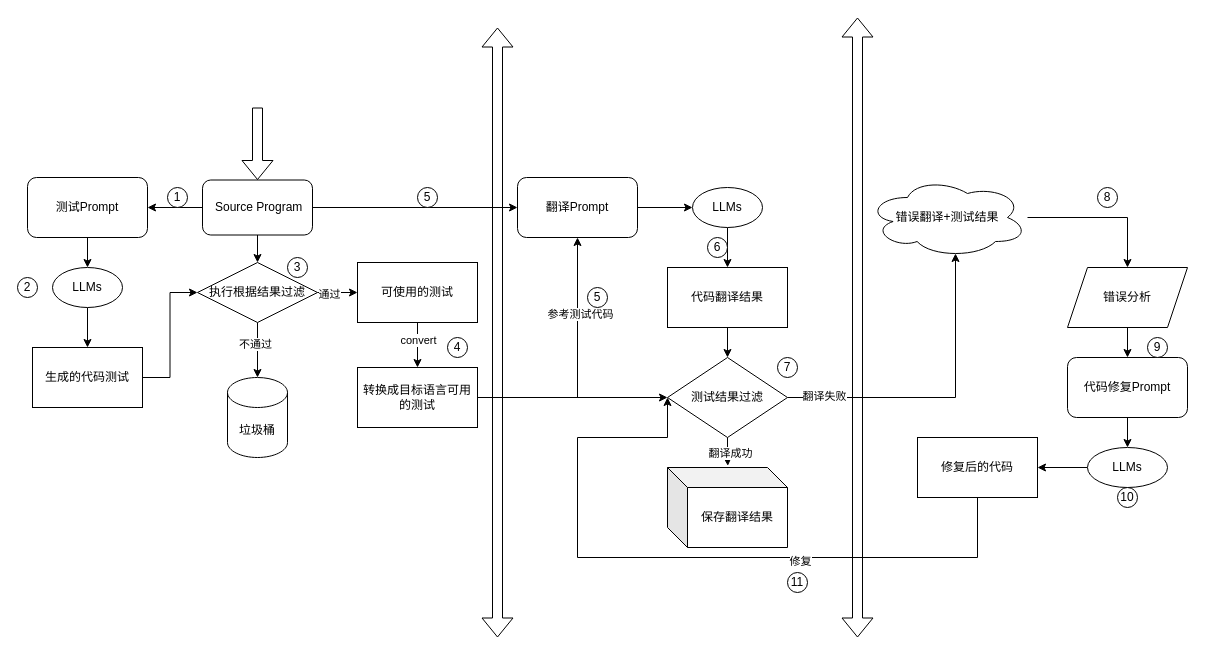
Earlier version of the draw.io diagram 思维导图/my-design.drawio (SinzoL/-). Source tidied: cells renumbered, new cells numbered last; positions are measured from the earlier drawing's top-left corner, leaving out a move shared by most shapes. Both pictures are drawn from the tidied source at 100%, with x=0, y=0 at pixel (17, 17).
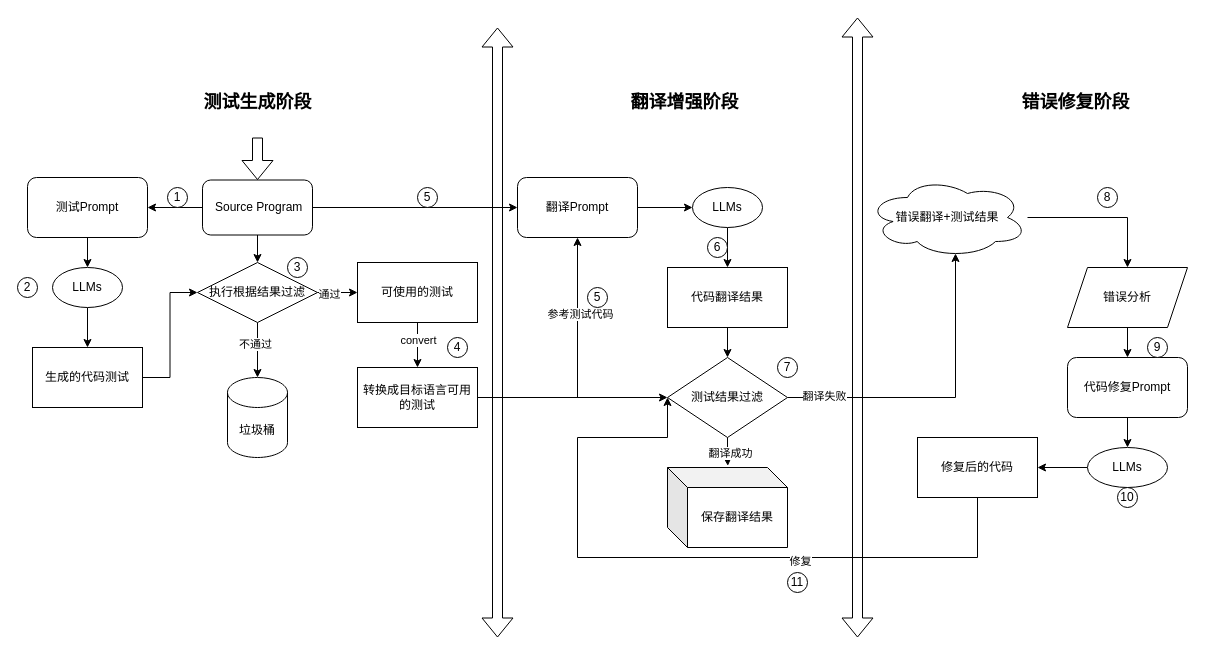
After the change.

Unchanged cells that the change refers to:
```xml
<mxCell id="7" value="&amp;nbsp;Source Program" style="rounded=1;whiteSpace=wrap;html=1;" parent="1" vertex="1">
  <mxGeometry x="185" y="162.5" width="110" height="55" as="geometry" />
</mxCell>
```

Diff of the diagram source:
```diff
@@
     <mxCell id="37" style="shape=flexArrow;endArrow=classic;html=1;rounded=0;entryX=0.5;entryY=0;entryDx=0;entryDy=0;" parent="1" edge="1" target="7">
       <mxGeometry relative="1" as="geometry">
-        <mxPoint x="240" y="90" as="sourcePoint" />
+        <mxPoint x="240" y="120" as="sourcePoint" />
       </mxGeometry>
     </mxCell>
@@
+    <mxCell id="63" value="&lt;b&gt;&lt;font style=&quot;font-size: 18px;&quot;&gt;测试生成阶段&lt;/font&gt;&lt;/b&gt;" style="text;html=1;whiteSpace=wrap;strokeColor=none;fillColor=none;align=center;verticalAlign=middle;rounded=0;" parent="1" vertex="1">
+      <mxGeometry x="137.5" y="70" width="205" height="30" as="geometry" />
+    </mxCell>
+    <mxCell id="64" value="&lt;b&gt;&lt;font style=&quot;font-size: 18px;&quot;&gt;翻译增强阶段&lt;/font&gt;&lt;/b&gt;" style="text;html=1;whiteSpace=wrap;strokeColor=none;fillColor=none;align=center;verticalAlign=middle;rounded=0;" parent="1" vertex="1">
+      <mxGeometry x="565" y="70" width="205" height="30" as="geometry" />
+    </mxCell>
+    <mxCell id="65" value="&lt;b&gt;&lt;font style=&quot;font-size: 18px;&quot;&gt;错误修复阶段&lt;/font&gt;&lt;/b&gt;" style="text;html=1;whiteSpace=wrap;strokeColor=none;fillColor=none;align=center;verticalAlign=middle;rounded=0;" parent="1" vertex="1">
+      <mxGeometry x="956" y="70" width="205" height="30" as="geometry" />
+    </mxCell>
```
